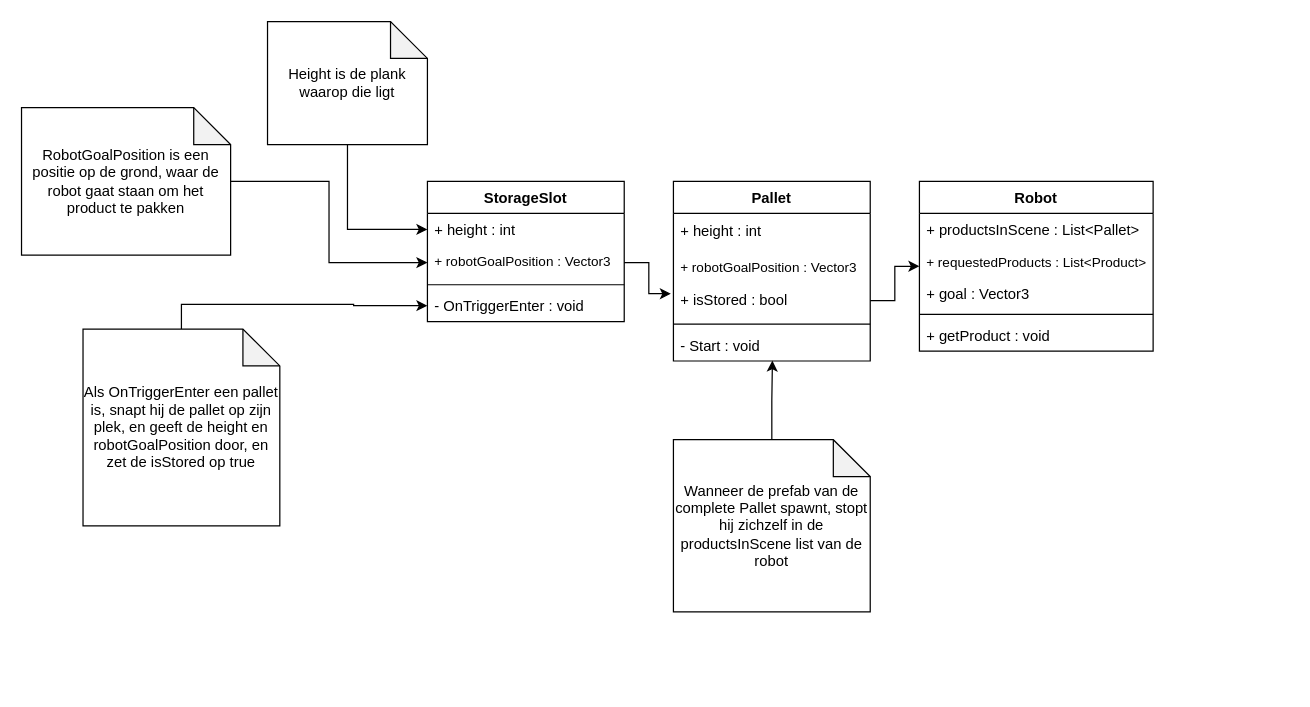
Earlier version of the draw.io diagram storage.drawio (NickSwitchSchool/VR-warehouse). Source tidied: cells renumbered, new cells numbered last; positions are measured from the earlier drawing's top-left corner, leaving out a move shared by most shapes. Both pictures are drawn from the tidied source at 123%, with x=0, y=0 at pixel (21, 21).
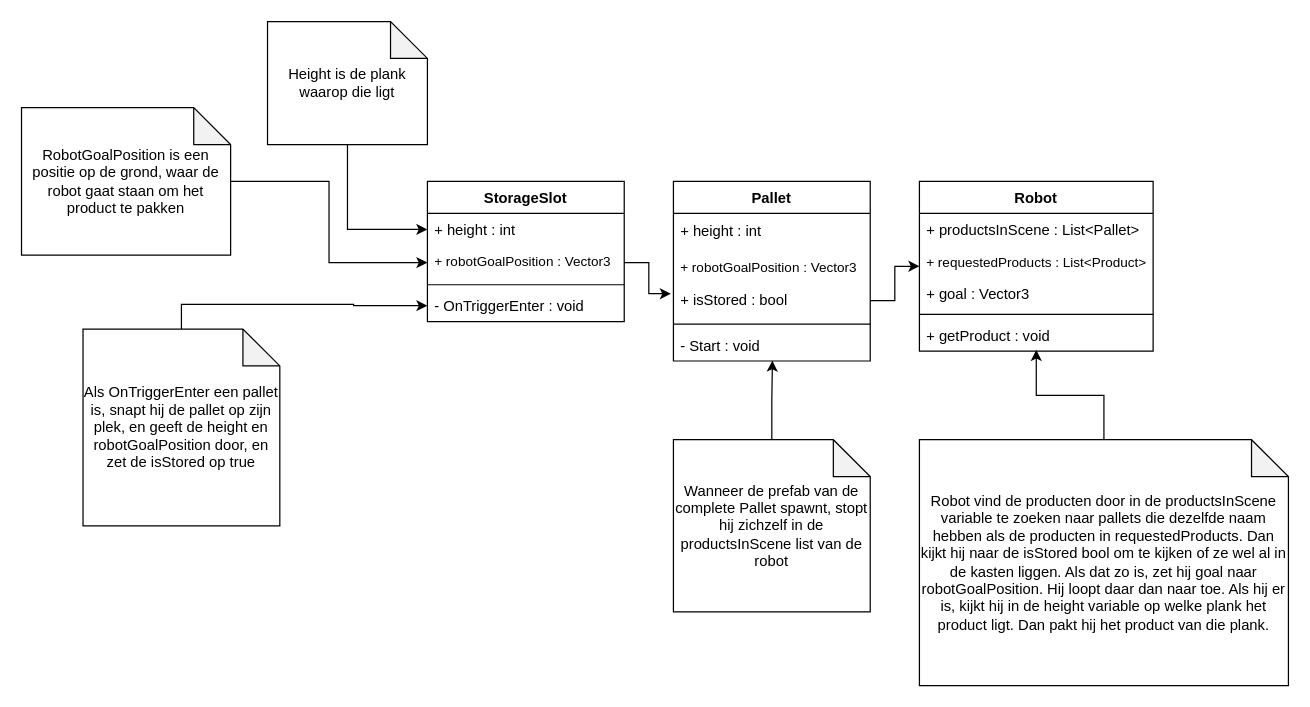
The same page after the edit.

The change refers to these unchanged cells:
```xml
<mxCell id="25" value="+ getProduct : void" style="text;strokeColor=none;fillColor=none;align=left;verticalAlign=top;spacingLeft=4;spacingRight=4;overflow=hidden;points=[[0,0.5],[1,0.5]];portConstraint=eastwest;whiteSpace=wrap;html=1;" parent="20" vertex="1">
  <mxGeometry y="112" width="190" height="26" as="geometry" />
</mxCell>
```

The edit, as a diff of the source:
```diff
@@
+    <mxCell id="29" style="edgeStyle=orthogonalEdgeStyle;rounded=0;jettySize=auto;html=1;entryX=0.5;entryY=0.962;entryDx=0;entryDy=0;entryPerimeter=0;" parent="1" edge="1" source="30" target="25">
+      <mxGeometry relative="1" as="geometry" />
+    </mxCell>
+    <mxCell id="30" value="Robot vind de producten door in de productsInScene variable te zoeken naar pallets die dezelfde naam hebben als de producten in requestedProducts. Dan kijkt hij naar de isStored bool om te kijken of ze wel al in de kasten liggen. Als dat zo is, zet hij goal naar robotGoalPosition. Hij loopt daar dan naar toe. Als hij er is, kijkt hij in de height variable op welke plank het product ligt. Dan pakt hij het product van die plank." style="shape=note;whiteSpace=wrap;html=1;backgroundOutline=1;darkOpacity=0.05;" parent="1" vertex="1">
+      <mxGeometry x="730" y="340" width="300" height="200" as="geometry" />
+    </mxCell>
```
